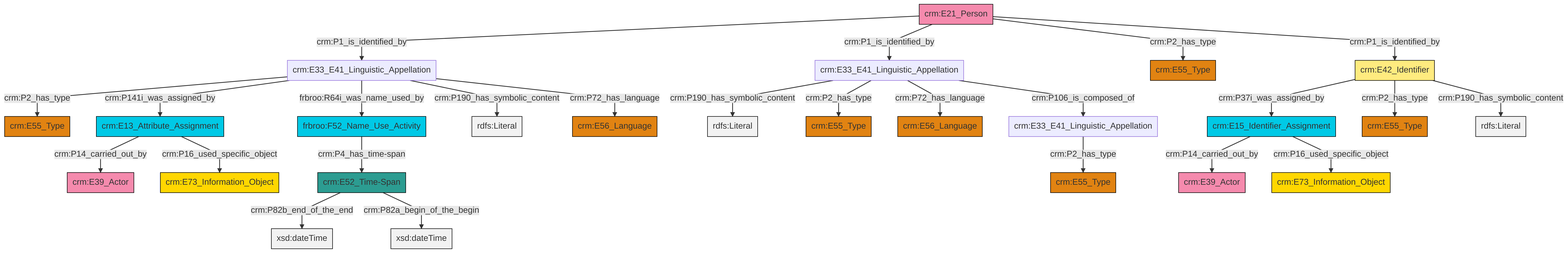
Before: et/personCSV/ttl/mmd/png/Person_Names_and_Classification.png, a diagram exported from Mermaid (swiss-art-research-net/docs.swissartresearch). Its source is kept beside it as et/personCSV/ttl/mmd/Person_Names_and_Classification.ttl.mmd.
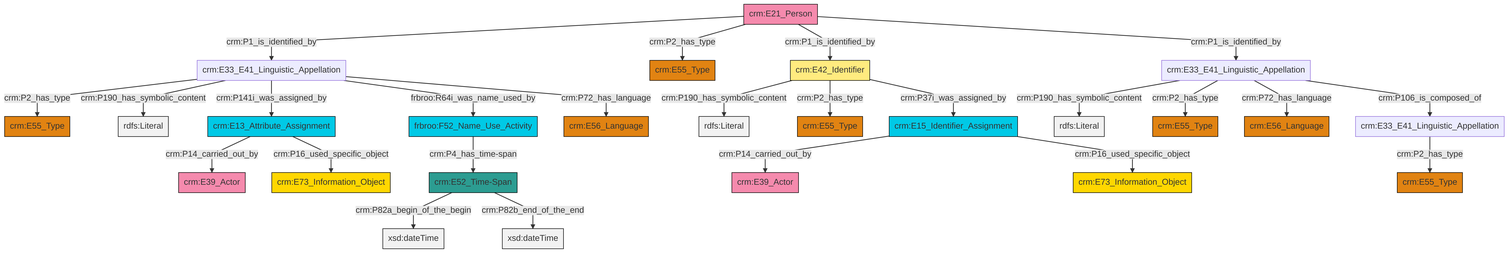
After the commit.

Change to the diagram source:
```diff
@@ -13,27 +13,27 @@
 classDef PC_Classes fill:#4ce600, stroke:#000000;
 classDef Multi fill:#cccccc,stroke:#000000;
 
-0["crm:E52_Time-Span"]:::Time-Span -->|crm:P82b_end_of_the_end| 1[xsd:dateTime]:::Literal
-2["crm:E33_E41_Linguistic_Appellation"]:::Default -->|crm:P190_has_symbolic_content| 3[rdfs:Literal]:::Literal
-5["crm:E13_Attribute_Assignment"]:::Temporal_Entity -->|crm:P14_carried_out_by| 6["crm:E39_Actor"]:::Actor
-14["crm:E33_E41_Linguistic_Appellation"]:::Default -->|crm:P2_has_type| 15["crm:E55_Type"]:::Type
-14["crm:E33_E41_Linguistic_Appellation"]:::Default -->|crm:P141i_was_assigned_by| 5["crm:E13_Attribute_Assignment"]:::Temporal_Entity
-7["crm:E21_Person"]:::Actor -->|crm:P1_is_identified_by| 14["crm:E33_E41_Linguistic_Appellation"]:::Default
-14["crm:E33_E41_Linguistic_Appellation"]:::Default -->|frbroo:R64i_was_name_used_by| 17["frbroo:F52_Name_Use_Activity"]:::Temporal_Entity
-20["crm:E42_Identifier"]:::Appellation -->|crm:P37i_was_assigned_by| 18["crm:E15_Identifier_Assignment"]:::Temporal_Entity
-2["crm:E33_E41_Linguistic_Appellation"]:::Default -->|crm:P2_has_type| 21["crm:E55_Type"]:::Type
-7["crm:E21_Person"]:::Actor -->|crm:P1_is_identified_by| 2["crm:E33_E41_Linguistic_Appellation"]:::Default
-2["crm:E33_E41_Linguistic_Appellation"]:::Default -->|crm:P72_has_language| 23["crm:E56_Language"]:::Type
-7["crm:E21_Person"]:::Actor -->|crm:P2_has_type| 27["crm:E55_Type"]:::Type
-0["crm:E52_Time-Span"]:::Time-Span -->|crm:P82a_begin_of_the_begin| 28[xsd:dateTime]:::Literal
-18["crm:E15_Identifier_Assignment"]:::Temporal_Entity -->|crm:P14_carried_out_by| 12["crm:E39_Actor"]:::Actor
-20["crm:E42_Identifier"]:::Appellation -->|crm:P2_has_type| 35["crm:E55_Type"]:::Type
-32["crm:E33_E41_Linguistic_Appellation"]:::Default -->|crm:P2_has_type| 29["crm:E55_Type"]:::Type
-2["crm:E33_E41_Linguistic_Appellation"]:::Default -->|crm:P106_is_composed_of| 32["crm:E33_E41_Linguistic_Appellation"]:::Default
-17["frbroo:F52_Name_Use_Activity"]:::Temporal_Entity -->|crm:P4_has_time-span| 0["crm:E52_Time-Span"]:::Time-Span
-5["crm:E13_Attribute_Assignment"]:::Temporal_Entity -->|crm:P16_used_specific_object| 41["crm:E73_Information_Object"]:::Conceptual_Object
-18["crm:E15_Identifier_Assignment"]:::Temporal_Entity -->|crm:P16_used_specific_object| 25["crm:E73_Information_Object"]:::Conceptual_Object
-7["crm:E21_Person"]:::Actor -->|crm:P1_is_identified_by| 20["crm:E42_Identifier"]:::Appellation
-14["crm:E33_E41_Linguistic_Appellation"]:::Default -->|crm:P190_has_symbolic_content| 45[rdfs:Literal]:::Literal
-14["crm:E33_E41_Linguistic_Appellation"]:::Default -->|crm:P72_has_language| 9["crm:E56_Language"]:::Type
-20["crm:E42_Identifier"]:::Appellation -->|crm:P190_has_symbolic_content| 46[rdfs:Literal]:::Literal
+2["crm:E21_Person"]:::Actor -->|crm:P1_is_identified_by| 4["crm:E33_E41_Linguistic_Appellation"]:::Default
+2["crm:E21_Person"]:::Actor -->|crm:P2_has_type| 5["crm:E55_Type"]:::Type
+6["crm:E42_Identifier"]:::Appellation -->|crm:P190_has_symbolic_content| 7[rdfs:Literal]:::Literal
+4["crm:E33_E41_Linguistic_Appellation"]:::Default -->|crm:P2_has_type| 10["crm:E55_Type"]:::Type
+2["crm:E21_Person"]:::Actor -->|crm:P1_is_identified_by| 6["crm:E42_Identifier"]:::Appellation
+4["crm:E33_E41_Linguistic_Appellation"]:::Default -->|crm:P190_has_symbolic_content| 18[rdfs:Literal]:::Literal
+14["crm:E15_Identifier_Assignment"]:::Temporal_Entity -->|crm:P14_carried_out_by| 8["crm:E39_Actor"]:::Actor
+23["crm:E13_Attribute_Assignment"]:::Temporal_Entity -->|crm:P14_carried_out_by| 11["crm:E39_Actor"]:::Actor
+4["crm:E33_E41_Linguistic_Appellation"]:::Default -->|crm:P141i_was_assigned_by| 23["crm:E13_Attribute_Assignment"]:::Temporal_Entity
+24["crm:E52_Time-Span"]:::Time-Span -->|crm:P82a_begin_of_the_begin| 30[xsd:dateTime]:::Literal
+6["crm:E42_Identifier"]:::Appellation -->|crm:P2_has_type| 31["crm:E55_Type"]:::Type
+26["frbroo:F52_Name_Use_Activity"]:::Temporal_Entity -->|crm:P4_has_time-span| 24["crm:E52_Time-Span"]:::Time-Span
+28["crm:E33_E41_Linguistic_Appellation"]:::Default -->|crm:P190_has_symbolic_content| 32[rdfs:Literal]:::Literal
+24["crm:E52_Time-Span"]:::Time-Span -->|crm:P82b_end_of_the_end| 33[xsd:dateTime]:::Literal
+4["crm:E33_E41_Linguistic_Appellation"]:::Default -->|frbroo:R64i_was_name_used_by| 26["frbroo:F52_Name_Use_Activity"]:::Temporal_Entity
+2["crm:E21_Person"]:::Actor -->|crm:P1_is_identified_by| 28["crm:E33_E41_Linguistic_Appellation"]:::Default
+28["crm:E33_E41_Linguistic_Appellation"]:::Default -->|crm:P2_has_type| 37["crm:E55_Type"]:::Type
+23["crm:E13_Attribute_Assignment"]:::Temporal_Entity -->|crm:P16_used_specific_object| 16["crm:E73_Information_Object"]:::Conceptual_Object
+4["crm:E33_E41_Linguistic_Appellation"]:::Default -->|crm:P72_has_language| 34["crm:E56_Language"]:::Type
+28["crm:E33_E41_Linguistic_Appellation"]:::Default -->|crm:P72_has_language| 39["crm:E56_Language"]:::Type
+6["crm:E42_Identifier"]:::Appellation -->|crm:P37i_was_assigned_by| 14["crm:E15_Identifier_Assignment"]:::Temporal_Entity
+0["crm:E33_E41_Linguistic_Appellation"]:::Default -->|crm:P2_has_type| 20["crm:E55_Type"]:::Type
+14["crm:E15_Identifier_Assignment"]:::Temporal_Entity -->|crm:P16_used_specific_object| 41["crm:E73_Information_Object"]:::Conceptual_Object
+28["crm:E33_E41_Linguistic_Appellation"]:::Default -->|crm:P106_is_composed_of| 0["crm:E33_E41_Linguistic_Appellation"]:::Default
```
